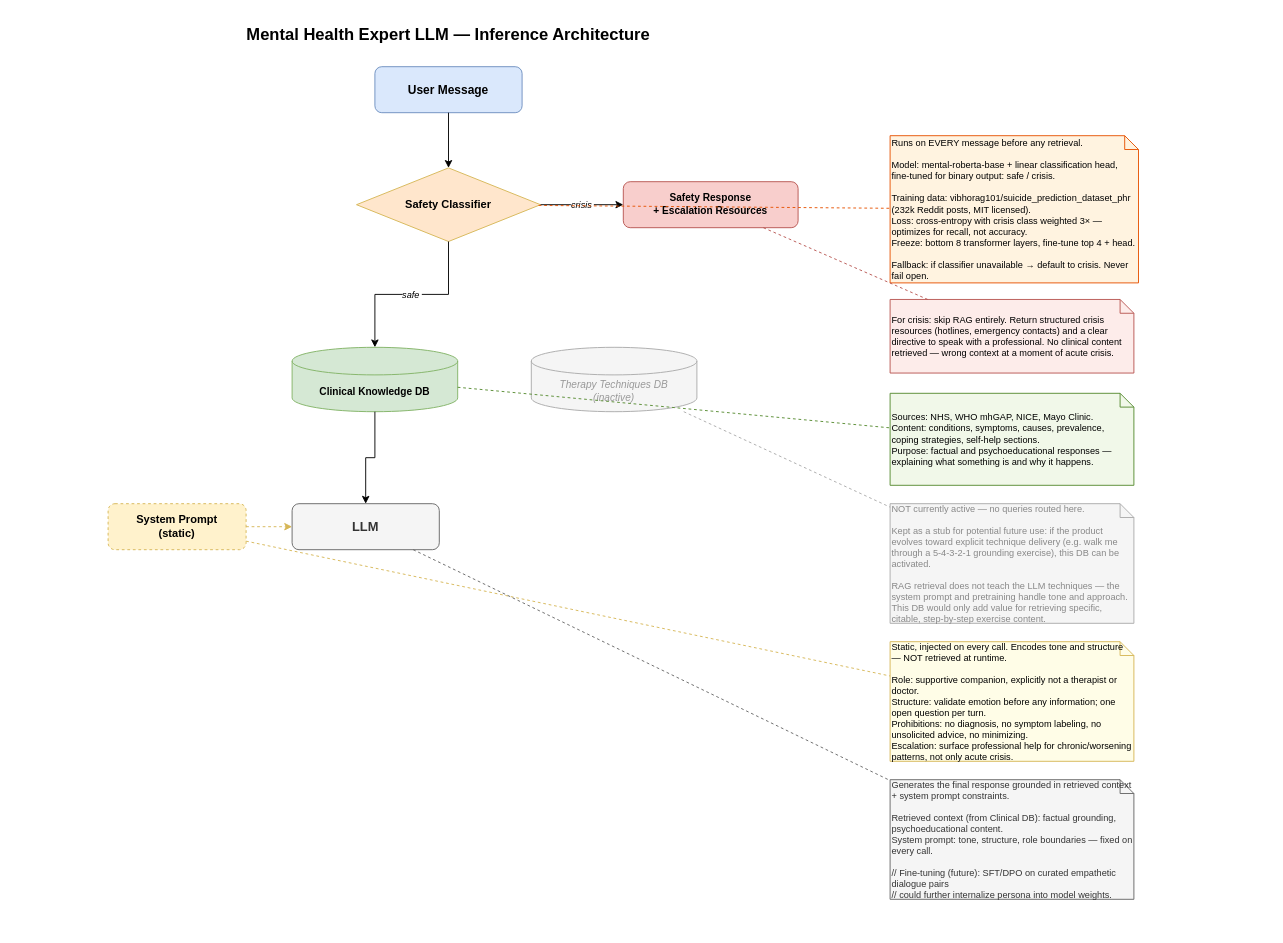
Earlier version of the draw.io diagram docs/architecture.drawio (Maher-Wali/pfa). Source tidied: cells renumbered, new cells numbered last; positions are measured from the earlier drawing's top-left corner, leaving out a move shared by most shapes. Both pictures are drawn from the tidied source at 92%, with x=0, y=0 at pixel (108, 16).
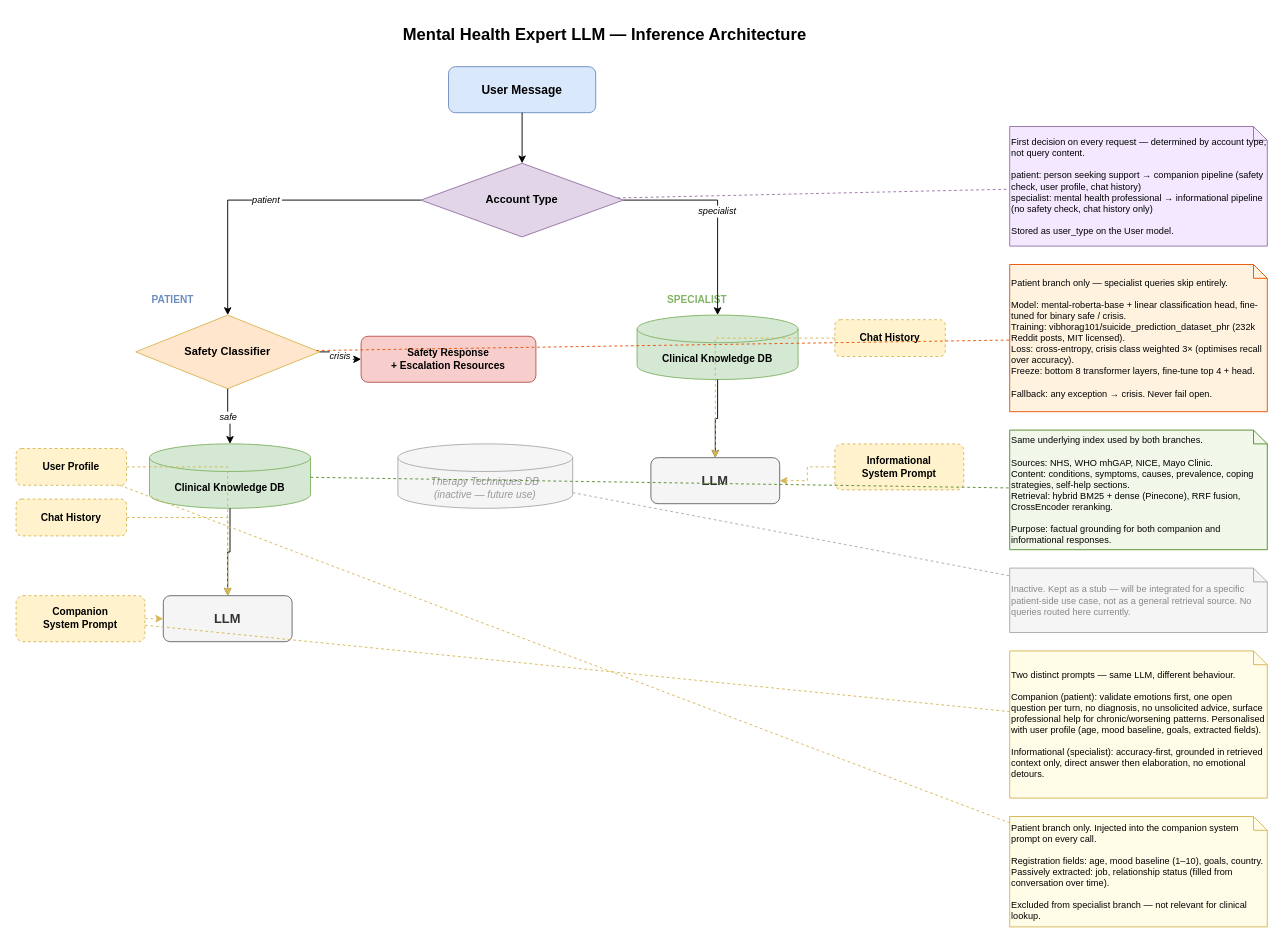
The same page after the edit.

Commit message (it also covers changes not shown here):
updated chat pipeline + testing frontend

Diff of the diagram source:
```diff
@@
     <mxCell id="2" value="Mental Health Expert LLM — Inference Architecture" style="text;html=1;strokeColor=none;fillColor=none;align=center;verticalAlign=middle;whiteSpace=wrap;rounded=0;fontSize=18;fontStyle=1;" parent="1" vertex="1">
-      <mxGeometry x="90" width="560" height="40" as="geometry" />
+      <mxGeometry x="190" width="700" height="40" as="geometry" />
     </mxCell>
     <mxCell id="3" value="User Message" style="rounded=1;whiteSpace=wrap;html=1;fillColor=#dae8fc;strokeColor=#6c8ebf;fontStyle=1;fontSize=13;" parent="1" vertex="1">
-      <mxGeometry x="290" y="55" width="160" height="50" as="geometry" />
+      <mxGeometry x="370" y="55" width="160" height="50" as="geometry" />
     </mxCell>
-    <mxCell id="4" style="edgeStyle=orthogonalEdgeStyle;rounded=0;" parent="1" edge="1" source="3" target="5">
-      <mxGeometry relative="1" as="geometry" />
-    </mxCell>
+    <mxCell id="27" value="Account Type" style="rhombus;whiteSpace=wrap;html=1;fillColor=#e1d5e7;strokeColor=#9673a6;fontStyle=1;fontSize=12;" parent="1" vertex="1">
+      <mxGeometry x="340" y="160" width="220" height="80" as="geometry" />
+    </mxCell>
+    <mxCell id="28" style="edgeStyle=orthogonalEdgeStyle;rounded=0;" parent="1" edge="1" source="3" target="27">
+      <mxGeometry relative="1" as="geometry" />
+    </mxCell>
+    <mxCell id="29" value="PATIENT" style="text;html=1;strokeColor=none;fillColor=none;align=center;verticalAlign=middle;fontStyle=1;fontSize=11;fontColor=#6c8ebf;" parent="1" vertex="1">
+      <mxGeometry x="20" y="295" width="100" height="25" as="geometry" />
+    </mxCell>
     <mxCell id="5" value="Safety Classifier" style="rhombus;whiteSpace=wrap;html=1;fillColor=#ffe6cc;strokeColor=#d6b656;fontStyle=1;fontSize=12;" parent="1" vertex="1">
-      <mxGeometry x="270" y="165" width="200" height="80" as="geometry" />
+      <mxGeometry x="30" y="325" width="200" height="80" as="geometry" />
     </mxCell>
+    <mxCell id="30" value="patient" style="edgeStyle=orthogonalEdgeStyle;rounded=0;fontSize=10;fontStyle=2;exitX=0;exitY=0.5;exitDx=0;exitDy=0;entryX=0.5;entryY=0;entryDx=0;entryDy=0;" parent="1" edge="1" source="27" target="5">
+      <mxGeometry relative="1" as="geometry" />
+    </mxCell>
     <mxCell id="6" value="Safety Response&#10;+ Escalation Resources" style="rounded=1;whiteSpace=wrap;html=1;fillColor=#f8cecc;strokeColor=#b85450;fontSize=11;fontStyle=1;" parent="1" vertex="1">
-      <mxGeometry x="560" y="180" width="190" height="50" as="geometry" />
+      <mxGeometry x="275" y="348" width="190" height="50" as="geometry" />
     </mxCell>
@@
+    <mxCell id="31" value="Clinical Knowledge DB" style="shape=cylinder3;whiteSpace=wrap;html=1;boundedLbl=1;backgroundOutline=1;size=15;fillColor=#d5e8d4;strokeColor=#82b366;fontStyle=1;fontSize=11;" parent="1" vertex="1">
+      <mxGeometry x="45" y="465" width="175" height="70" as="geometry" />
+    </mxCell>
-    <mxCell id="8" value="safe" style="edgeStyle=orthogonalEdgeStyle;rounded=0;fontSize=10;fontStyle=2;exitX=0.5;exitY=1;exitDx=0;exitDy=0;entryX=0.5;entryY=0;entryDx=0;entryDy=0;" parent="1" edge="1" source="5" target="9">
+    <mxCell id="8" value="safe" style="edgeStyle=orthogonalEdgeStyle;rounded=0;fontSize=10;fontStyle=2;exitX=0.5;exitY=1;exitDx=0;exitDy=0;entryX=0.5;entryY=0;entryDx=0;entryDy=0;" parent="1" edge="1" source="5" target="31">
       <mxGeometry relative="1" as="geometry" />
     </mxCell>
-    <mxCell id="9" value="Clinical Knowledge DB" style="shape=cylinder3;whiteSpace=wrap;html=1;boundedLbl=1;backgroundOutline=1;size=15;fillColor=#d5e8d4;strokeColor=#82b366;fontStyle=1;fontSize=11;" parent="1" vertex="1">
-      <mxGeometry x="200" y="360" width="180" height="70" as="geometry" />
-    </mxCell>
+    <mxCell id="32" value="User Profile" style="rounded=1;whiteSpace=wrap;html=1;fillColor=#fff2cc;strokeColor=#d6b656;fontSize=11;fontStyle=1;dashed=1;" parent="1" vertex="1">
+      <mxGeometry x="-100" y="470" width="120" height="40" as="geometry" />
+    </mxCell>
+    <mxCell id="33" value="Chat History" style="rounded=1;whiteSpace=wrap;html=1;fillColor=#fff2cc;strokeColor=#d6b656;fontSize=11;fontStyle=1;dashed=1;" parent="1" vertex="1">
+      <mxGeometry x="-100" y="525" width="120" height="40" as="geometry" />
+    </mxCell>
+    <mxCell id="34" value="Companion&#10;System Prompt" style="rounded=1;whiteSpace=wrap;html=1;fillColor=#fff2cc;strokeColor=#d6b656;fontStyle=1;fontSize=11;dashed=1;" parent="1" vertex="1">
+      <mxGeometry x="-100" y="630" width="140" height="50" as="geometry" />
+    </mxCell>
+    <mxCell id="35" value="LLM" style="rounded=1;whiteSpace=wrap;html=1;fillColor=#f5f5f5;strokeColor=#666666;fontStyle=1;fontSize=14;fontColor=#333333;" parent="1" vertex="1">
+      <mxGeometry x="60" y="630" width="140" height="50" as="geometry" />
+    </mxCell>
+    <mxCell id="36" style="edgeStyle=orthogonalEdgeStyle;rounded=0;" parent="1" edge="1" source="31" target="35">
+      <mxGeometry relative="1" as="geometry" />
+    </mxCell>
+    <mxCell id="37" style="edgeStyle=orthogonalEdgeStyle;rounded=0;dashed=1;strokeColor=#d6b656;" parent="1" edge="1" source="32" target="35">
+      <mxGeometry relative="1" as="geometry" />
+    </mxCell>
+    <mxCell id="38" style="edgeStyle=orthogonalEdgeStyle;rounded=0;dashed=1;strokeColor=#d6b656;" parent="1" edge="1" source="33" target="35">
+      <mxGeometry relative="1" as="geometry" />
+    </mxCell>
+    <mxCell id="39" style="edgeStyle=orthogonalEdgeStyle;rounded=0;dashed=1;strokeColor=#d6b656;" parent="1" edge="1" source="34" target="35">
+      <mxGeometry relative="1" as="geometry" />
+    </mxCell>
+    <mxCell id="40" value="SPECIALIST" style="text;html=1;strokeColor=none;fillColor=none;align=center;verticalAlign=middle;fontStyle=1;fontSize=11;fontColor=#82b366;" parent="1" vertex="1">
+      <mxGeometry x="580" y="295" width="120" height="25" as="geometry" />
+    </mxCell>
+    <mxCell id="41" value="Clinical Knowledge DB" style="shape=cylinder3;whiteSpace=wrap;html=1;boundedLbl=1;backgroundOutline=1;size=15;fillColor=#d5e8d4;strokeColor=#82b366;fontStyle=1;fontSize=11;" parent="1" vertex="1">
+      <mxGeometry x="575" y="325" width="175" height="70" as="geometry" />
+    </mxCell>
+    <mxCell id="42" value="specialist" style="edgeStyle=orthogonalEdgeStyle;rounded=0;fontSize=10;fontStyle=2;exitX=1;exitY=0.5;exitDx=0;exitDy=0;entryX=0.5;entryY=0;entryDx=0;entryDy=0;" parent="1" edge="1" source="27" target="41">
+      <mxGeometry relative="1" as="geometry" />
+    </mxCell>
+    <mxCell id="43" value="Chat History" style="rounded=1;whiteSpace=wrap;html=1;fillColor=#fff2cc;strokeColor=#d6b656;fontSize=11;fontStyle=1;dashed=1;" parent="1" vertex="1">
+      <mxGeometry x="790" y="330" width="120" height="40" as="geometry" />
+    </mxCell>
+    <mxCell id="44" value="Informational&#10;System Prompt" style="rounded=1;whiteSpace=wrap;html=1;fillColor=#fff2cc;strokeColor=#d6b656;fontStyle=1;fontSize=11;dashed=1;" parent="1" vertex="1">
+      <mxGeometry x="790" y="465" width="140" height="50" as="geometry" />
+    </mxCell>
+    <mxCell id="45" value="LLM" style="rounded=1;whiteSpace=wrap;html=1;fillColor=#f5f5f5;strokeColor=#666666;fontStyle=1;fontSize=14;fontColor=#333333;" parent="1" vertex="1">
+      <mxGeometry x="590" y="480" width="140" height="50" as="geometry" />
+    </mxCell>
+    <mxCell id="46" style="edgeStyle=orthogonalEdgeStyle;rounded=0;" parent="1" edge="1" source="41" target="45">
+      <mxGeometry relative="1" as="geometry" />
+    </mxCell>
+    <mxCell id="47" style="edgeStyle=orthogonalEdgeStyle;rounded=0;dashed=1;strokeColor=#d6b656;" parent="1" edge="1" source="43" target="45">
+      <mxGeometry relative="1" as="geometry" />
+    </mxCell>
+    <mxCell id="48" style="edgeStyle=orthogonalEdgeStyle;rounded=0;dashed=1;strokeColor=#d6b656;" parent="1" edge="1" source="44" target="45">
+      <mxGeometry relative="1" as="geometry" />
+    </mxCell>
-    <mxCell id="10" value="Therapy Techniques DB&#10;(inactive)" style="shape=cylinder3;whiteSpace=wrap;html=1;boundedLbl=1;backgroundOutline=1;size=15;fillColor=#f5f5f5;strokeColor=#aaaaaa;fontStyle=2;fontSize=11;fontColor=#999999;" parent="1" vertex="1">
-      <mxGeometry x="460" y="360" width="180" height="70" as="geometry" />
+    <mxCell id="10" value="Therapy Techniques DB&#10;(inactive — future use)" style="shape=cylinder3;whiteSpace=wrap;html=1;boundedLbl=1;backgroundOutline=1;size=15;fillColor=#f5f5f5;strokeColor=#aaaaaa;fontStyle=2;fontSize=11;fontColor=#999999;" parent="1" vertex="1">
+      <mxGeometry x="315" y="465" width="190" height="70" as="geometry" />
     </mxCell>
-    <mxCell id="11" style="edgeStyle=orthogonalEdgeStyle;rounded=0;" parent="1" edge="1" source="9" target="14">
-      <mxGeometry relative="1" as="geometry" />
-    </mxCell>
-    <mxCell id="12" value="System Prompt&#10;(static)" style="rounded=1;whiteSpace=wrap;html=1;fillColor=#fff2cc;strokeColor=#d6b656;fontStyle=1;fontSize=12;dashed=1;" parent="1" vertex="1">
-      <mxGeometry y="530" width="150" height="50" as="geometry" />
-    </mxCell>
-    <mxCell id="13" style="edgeStyle=orthogonalEdgeStyle;rounded=0;dashed=1;strokeColor=#d6b656;" parent="1" edge="1" source="12" target="14">
-      <mxGeometry relative="1" as="geometry" />
-    </mxCell>
-    <mxCell id="14" value="LLM" style="rounded=1;whiteSpace=wrap;html=1;fillColor=#f5f5f5;strokeColor=#666666;fontStyle=1;fontSize=14;fontColor=#333333;" parent="1" vertex="1">
-      <mxGeometry x="200" y="530" width="160" height="50" as="geometry" />
-    </mxCell>
+    <mxCell id="49" value="First decision on every request — determined by account type, not query content.&#10;&#10;patient: person seeking support → companion pipeline (safety check, user profile, chat history)&#10;specialist: mental health professional → informational pipeline (no safety check, chat history only)&#10;&#10;Stored as user_type on the User model." style="shape=note;whiteSpace=wrap;html=1;backgroundOutline=1;size=15;fillColor=#f3e8ff;strokeColor=#9673a6;fontSize=10;align=left;" parent="1" vertex="1">
+      <mxGeometry x="980" y="120" width="280" height="130" as="geometry" />
+    </mxCell>
+    <mxCell id="50" style="dashed=1;endArrow=none;strokeColor=#9673a6;rounded=0;" parent="1" edge="1" source="27" target="49">
+      <mxGeometry relative="1" as="geometry" />
+    </mxCell>
-    <mxCell id="15" value="Runs on EVERY message before any retrieval.&#10;&#10;Model: mental-roberta-base + linear classification head, fine-tuned for binary output: safe / crisis.&#10;&#10;Training data: vibhorag101/suicide_prediction_dataset_phr (232k Reddit posts, MIT licensed).&#10;Loss: cross-entropy with crisis class weighted 3× — optimizes for recall, not accuracy.&#10;Freeze: bottom 8 transformer layers, fine-tune top 4 + head.&#10;&#10;Fallback: if classifier unavailable → default to crisis. Never fail open." style="shape=note;whiteSpace=wrap;html=1;backgroundOutline=1;size=15;fillColor=#fff3e0;strokeColor=#e65100;fontSize=10;align=left;" parent="1" vertex="1">
-      <mxGeometry x="850" y="130" width="270" height="160" as="geometry" />
+    <mxCell id="15" value="Patient branch only — specialist queries skip entirely.&#10;&#10;Model: mental-roberta-base + linear classification head, fine-tuned for binary safe / crisis.&#10;Training: vibhorag101/suicide_prediction_dataset_phr (232k Reddit posts, MIT licensed).&#10;Loss: cross-entropy, crisis class weighted 3× (optimises recall over accuracy).&#10;Freeze: bottom 8 transformer layers, fine-tune top 4 + head.&#10;&#10;Fallback: any exception → crisis. Never fail open." style="shape=note;whiteSpace=wrap;html=1;backgroundOutline=1;size=15;fillColor=#fff3e0;strokeColor=#e65100;fontSize=10;align=left;" parent="1" vertex="1">
+      <mxGeometry x="980" y="270" width="280" height="160" as="geometry" />
     </mxCell>
@@
-    <mxCell id="17" value="For crisis: skip RAG entirely. Return structured crisis resources (hotlines, emergency contacts) and a clear directive to speak with a professional. No clinical content retrieved — wrong context at a moment of acute crisis." style="shape=note;whiteSpace=wrap;html=1;backgroundOutline=1;size=15;fillColor=#fdecea;strokeColor=#b85450;fontSize=10;align=left;" parent="1" vertex="1">
-      <mxGeometry x="850" y="308" width="265" height="80" as="geometry" />
-    </mxCell>
-    <mxCell id="18" style="dashed=1;endArrow=none;strokeColor=#b85450;rounded=0;" parent="1" edge="1" source="6" target="17">
-      <mxGeometry relative="1" as="geometry" />
-    </mxCell>
-    <mxCell id="19" value="Sources: NHS, WHO mhGAP, NICE, Mayo Clinic.&#10;Content: conditions, symptoms, causes, prevalence, coping strategies, self-help sections.&#10;Purpose: factual and psychoeducational responses — explaining what something is and why it happens." style="shape=note;whiteSpace=wrap;html=1;backgroundOutline=1;size=15;fillColor=#f1f8e9;strokeColor=#558b2f;fontSize=10;align=left;" parent="1" vertex="1">
-      <mxGeometry x="850" y="410" width="265" height="100" as="geometry" />
+    <mxCell id="19" value="Same underlying index used by both branches.&#10;&#10;Sources: NHS, WHO mhGAP, NICE, Mayo Clinic.&#10;Content: conditions, symptoms, causes, prevalence, coping strategies, self-help sections.&#10;Retrieval: hybrid BM25 + dense (Pinecone), RRF fusion, CrossEncoder reranking.&#10;&#10;Purpose: factual grounding for both companion and informational responses." style="shape=note;whiteSpace=wrap;html=1;backgroundOutline=1;size=15;fillColor=#f1f8e9;strokeColor=#558b2f;fontSize=10;align=left;" parent="1" vertex="1">
+      <mxGeometry x="980" y="450" width="280" height="130" as="geometry" />
     </mxCell>
-    <mxCell id="20" style="dashed=1;endArrow=none;strokeColor=#558b2f;rounded=0;" parent="1" edge="1" source="9" target="19">
+    <mxCell id="20" style="dashed=1;endArrow=none;strokeColor=#558b2f;rounded=0;" parent="1" edge="1" source="31" target="19">
       <mxGeometry relative="1" as="geometry" />
     </mxCell>
-    <mxCell id="21" value="NOT currently active — no queries routed here.&#10;&#10;Kept as a stub for potential future use: if the product evolves toward explicit technique delivery (e.g. walk me through a 5-4-3-2-1 grounding exercise), this DB can be activated.&#10;&#10;RAG retrieval does not teach the LLM techniques — the system prompt and pretraining handle tone and approach. This DB would only add value for retrieving specific, citable, step-by-step exercise content." style="shape=note;whiteSpace=wrap;html=1;backgroundOutline=1;size=15;fillColor=#f5f5f5;strokeColor=#aaaaaa;fontSize=10;align=left;fontColor=#888888;" parent="1" vertex="1">
-      <mxGeometry x="850" y="530" width="265" height="130" as="geometry" />
+    <mxCell id="21" value="Inactive. Kept as a stub — will be integrated for a specific patient-side use case, not as a general retrieval source. No queries routed here currently." style="shape=note;whiteSpace=wrap;html=1;backgroundOutline=1;size=15;fillColor=#f5f5f5;strokeColor=#aaaaaa;fontSize=10;align=left;fontColor=#888888;" parent="1" vertex="1">
+      <mxGeometry x="980" y="600" width="280" height="70" as="geometry" />
     </mxCell>
@@
-    <mxCell id="23" value="Static, injected on every call. Encodes tone and structure — NOT retrieved at runtime.&#10;&#10;Role: supportive companion, explicitly not a therapist or doctor.&#10;Structure: validate emotion before any information; one open question per turn.&#10;Prohibitions: no diagnosis, no symptom labeling, no unsolicited advice, no minimizing.&#10;Escalation: surface professional help for chronic/worsening patterns, not only acute crisis." style="shape=note;whiteSpace=wrap;html=1;backgroundOutline=1;size=15;fillColor=#fffde7;strokeColor=#d6b656;fontSize=10;align=left;" parent="1" vertex="1">
-      <mxGeometry x="850" y="680" width="265" height="130" as="geometry" />
-    </mxCell>
-    <mxCell id="24" style="dashed=1;endArrow=none;strokeColor=#d6b656;rounded=0;" parent="1" edge="1" source="12" target="23">
-      <mxGeometry relative="1" as="geometry" />
-    </mxCell>
-    <mxCell id="25" value="Generates the final response grounded in retrieved context + system prompt constraints.&#10;&#10;Retrieved context (from Clinical DB): factual grounding, psychoeducational content.&#10;System prompt: tone, structure, role boundaries — fixed on every call.&#10;&#10;// Fine-tuning (future): SFT/DPO on curated empathetic dialogue pairs&#10;// could further internalize persona into model weights." style="shape=note;whiteSpace=wrap;html=1;backgroundOutline=1;size=15;fillColor=#f5f5f5;strokeColor=#666666;fontSize=10;align=left;fontColor=#333333;" parent="1" vertex="1">
-      <mxGeometry x="850" y="830" width="265" height="130" as="geometry" />
-    </mxCell>
-    <mxCell id="26" style="dashed=1;endArrow=none;strokeColor=#666666;rounded=0;" parent="1" edge="1" source="14" target="25">
-      <mxGeometry relative="1" as="geometry" />
-    </mxCell>
+    <mxCell id="51" value="Two distinct prompts — same LLM, different behaviour.&#10;&#10;Companion (patient): validate emotions first, one open question per turn, no diagnosis, no unsolicited advice, surface professional help for chronic/worsening patterns. Personalised with user profile (age, mood baseline, goals, extracted fields).&#10;&#10;Informational (specialist): accuracy-first, grounded in retrieved context only, direct answer then elaboration, no emotional detours." style="shape=note;whiteSpace=wrap;html=1;backgroundOutline=1;size=15;fillColor=#fffde7;strokeColor=#d6b656;fontSize=10;align=left;" parent="1" vertex="1">
+      <mxGeometry x="980" y="690" width="280" height="160" as="geometry" />
+    </mxCell>
+    <mxCell id="52" style="dashed=1;endArrow=none;strokeColor=#d6b656;rounded=0;" parent="1" edge="1" source="34" target="51">
+      <mxGeometry relative="1" as="geometry" />
+    </mxCell>
+    <mxCell id="53" value="Patient branch only. Injected into the companion system prompt on every call.&#10;&#10;Registration fields: age, mood baseline (1–10), goals, country.&#10;Passively extracted: job, relationship status (filled from conversation over time).&#10;&#10;Excluded from specialist branch — not relevant for clinical lookup." style="shape=note;whiteSpace=wrap;html=1;backgroundOutline=1;size=15;fillColor=#fffde7;strokeColor=#d6b656;fontSize=10;align=left;" parent="1" vertex="1">
+      <mxGeometry x="980" y="870" width="280" height="120" as="geometry" />
+    </mxCell>
+    <mxCell id="54" style="dashed=1;endArrow=none;strokeColor=#d6b656;rounded=0;" parent="1" edge="1" source="32" target="53">
+      <mxGeometry relative="1" as="geometry" />
+    </mxCell>
```
